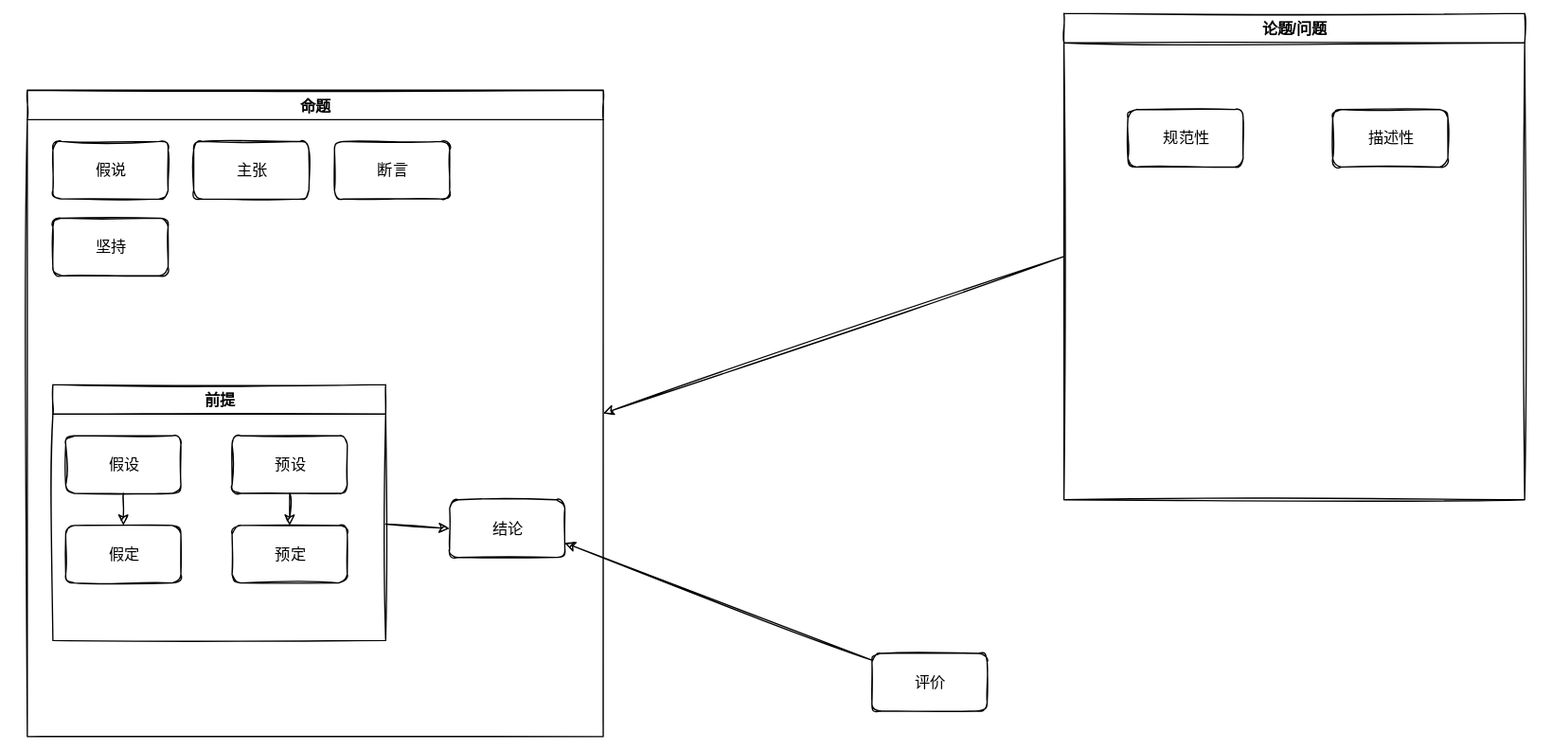
Earlier version of the draw.io export 笔记/工具/通用概念/Untitled Diagram.svg (Echo-Yanglulu/obsidianPrivateNote). Source tidied: cells renumbered, new cells last; positions are measured from the earlier drawing's top-left corner, leaving out a move shared by most shapes.
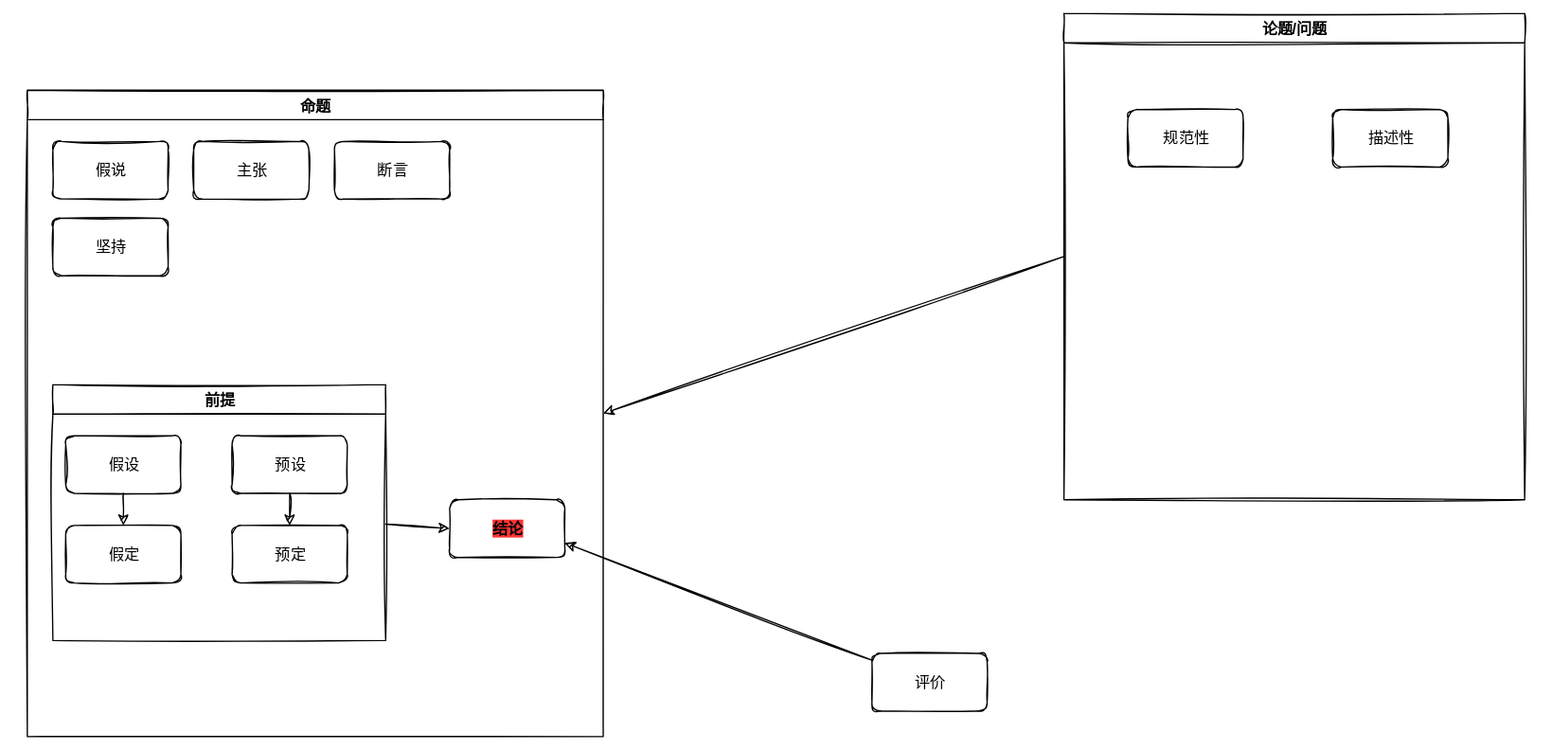
Above is the later version.

Change to the diagram source:
```diff
@@ -20,7 +20,7 @@
     <mxCell id="7" value="坚持" style="rounded=1;whiteSpace=wrap;html=1;" parent="3" vertex="1">
       <mxGeometry x="20" y="100" width="90" height="45" as="geometry" />
     </mxCell>
-    <mxCell id="8" value="结论" style="rounded=1;whiteSpace=wrap;html=1;" parent="3" vertex="1">
+    <mxCell id="8" value="&lt;span style=&quot;background-color: rgb(255 , 51 , 51)&quot;&gt;结论&lt;/span&gt;" style="rounded=1;whiteSpace=wrap;html=1;fontStyle=1;" parent="3" vertex="1">
       <mxGeometry x="330" y="320" width="90" height="45" as="geometry" />
     </mxCell>
     <mxCell id="9" value="论题/问题" style="swimlane;startSize=23;" parent="1" vertex="1">
```
